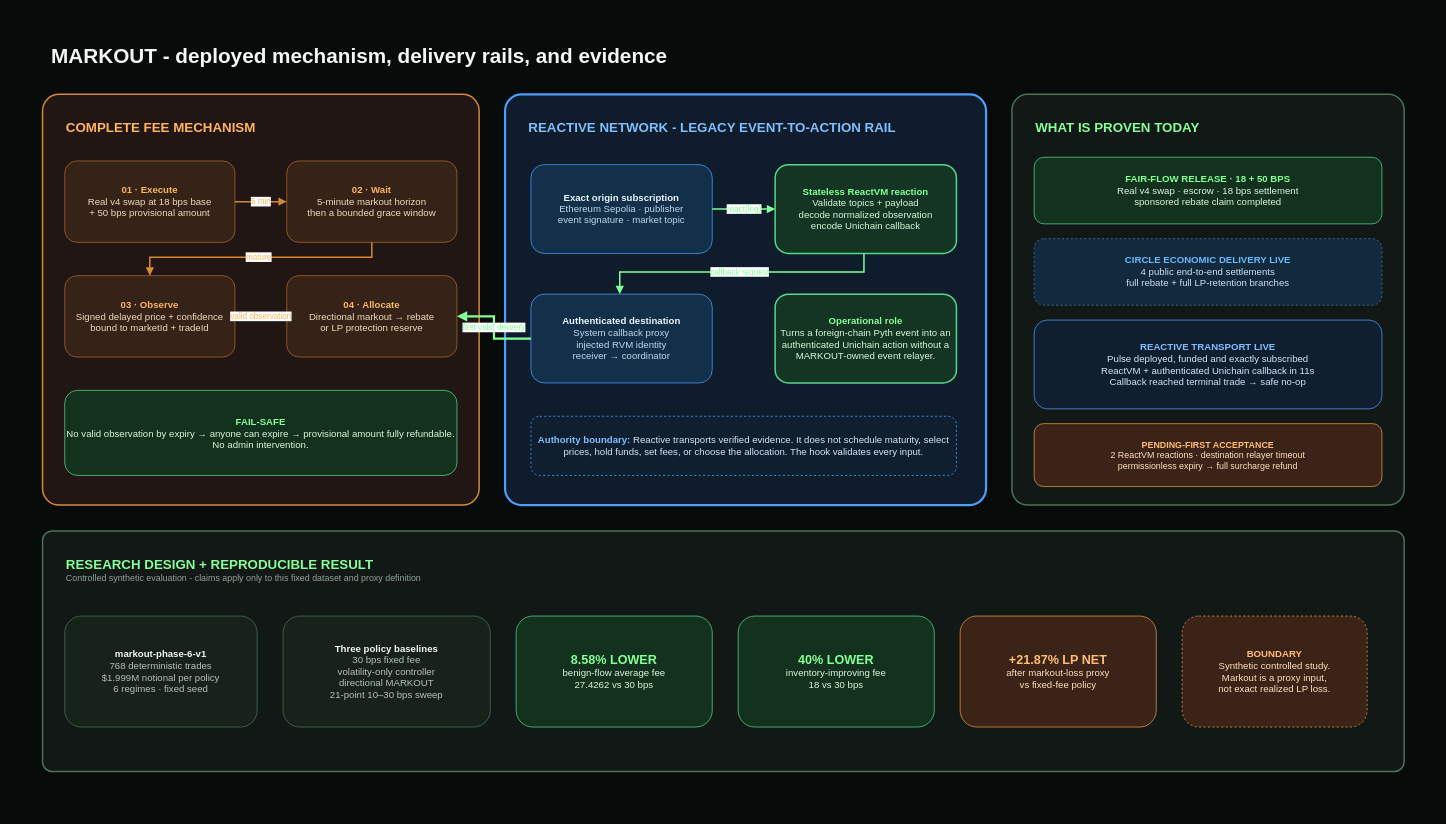
Before: page "02 Technical + Evidence" (2 of 2) of docs/diagrams/MARKOUT_ARCHITECTURE.drawio in RudraBhaskar9439/markout-hook, a draw.io diagram. Source tidied: cells renumbered, new cells numbered last; positions are measured from the earlier drawing's top-left corner, leaving out a move shared by most shapes. Both pictures are drawn from the tidied source at 74%, with x=0, y=0 at pixel (13, 13).
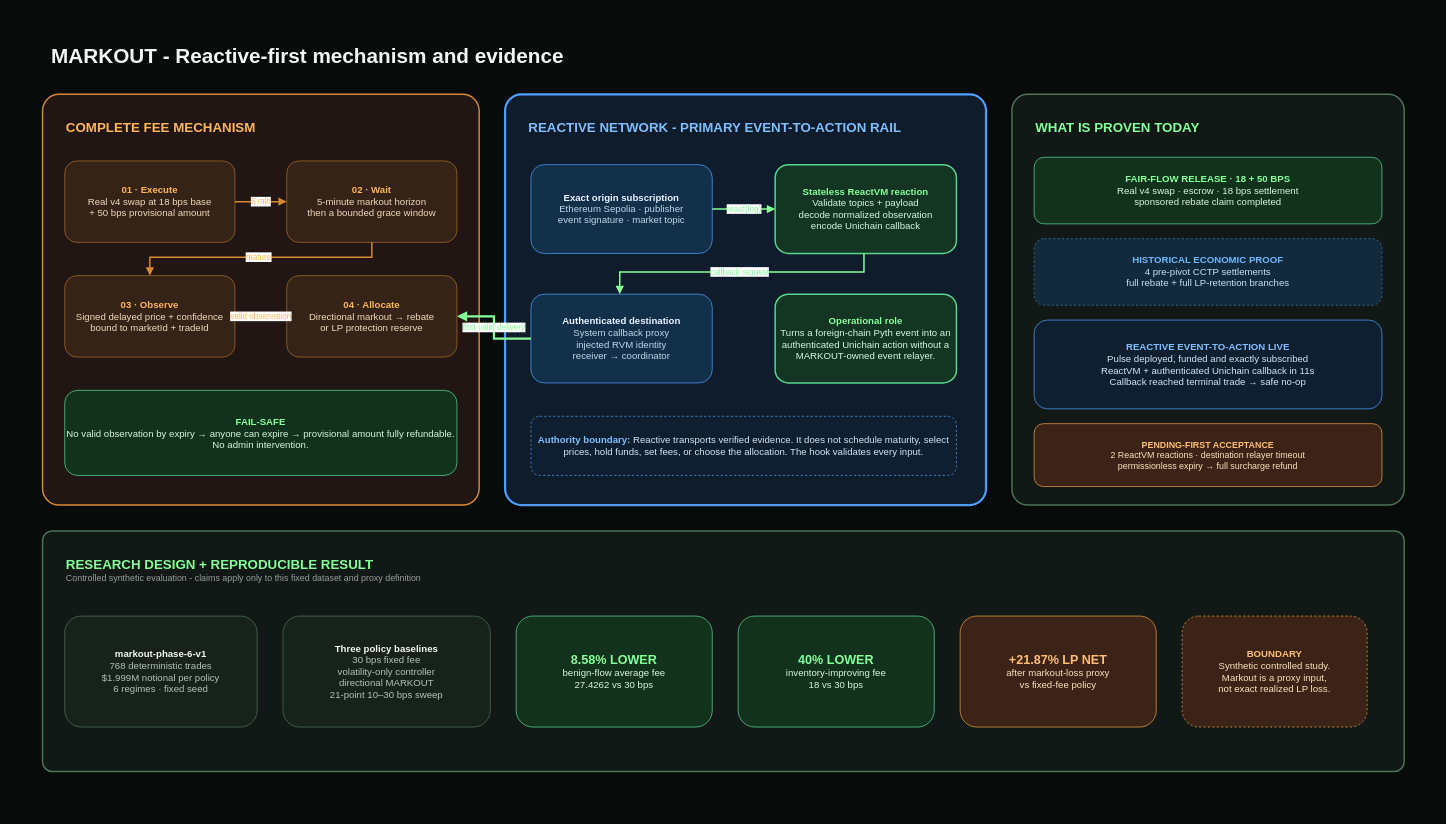
After the change.

The edit, as a diff of the source:
```diff
@@
-    <mxCell id="4" value="&lt;font color=&quot;#F3F7F4&quot; style=&quot;font-size: 28px;&quot;&gt;&lt;b&gt;MARKOUT - deployed mechanism, delivery rails, and evidence&lt;/b&gt;&lt;/font&gt;" style="text;html=1;align=left;verticalAlign=middle;whiteSpace=wrap;" parent="2" vertex="1">
+    <mxCell id="4" value="&lt;font color=&quot;#F3F7F4&quot; style=&quot;font-size: 28px;&quot;&gt;&lt;b&gt;MARKOUT - Reactive-first mechanism and evidence&lt;/b&gt;&lt;/font&gt;" style="text;html=1;align=left;verticalAlign=middle;whiteSpace=wrap;" parent="2" vertex="1">
       <mxGeometry x="50" y="30" width="1300" height="55" as="geometry" />
     </mxCell>
@@
-    <mxCell id="13" value="&lt;font color=&quot;#80BFFF&quot; style=&quot;font-size: 18px;&quot;&gt;&lt;b&gt;REACTIVE NETWORK - LEGACY EVENT-TO-ACTION RAIL&lt;/b&gt;&lt;/font&gt;" style="text;html=1;align=left;verticalAlign=middle;whiteSpace=wrap;" parent="2" vertex="1">
+    <mxCell id="13" value="&lt;font color=&quot;#80BFFF&quot; style=&quot;font-size: 18px;&quot;&gt;&lt;b&gt;REACTIVE NETWORK - PRIMARY EVENT-TO-ACTION RAIL&lt;/b&gt;&lt;/font&gt;" style="text;html=1;align=left;verticalAlign=middle;whiteSpace=wrap;" parent="2" vertex="1">
       <mxGeometry x="695" y="135" width="580" height="40" as="geometry" />
     </mxCell>
@@
-    <mxCell id="22" value="&lt;font color=&quot;#6CB8FF&quot;&gt;&lt;b&gt;CIRCLE ECONOMIC DELIVERY LIVE&lt;/b&gt;&lt;/font&gt;&lt;br&gt;&lt;font color=&quot;#C8E2F5&quot;&gt;4 public end-to-end settlements&lt;br&gt;full rebate + full LP-retention branches&lt;/font&gt;" style="rounded=1;whiteSpace=wrap;html=1;fillColor=#122A3C;strokeColor=#3B7BAD;dashed=1;fontSize=13;align=center;" parent="2" vertex="1">
+    <mxCell id="22" value="&lt;font color=&quot;#6CB8FF&quot;&gt;&lt;b&gt;HISTORICAL ECONOMIC PROOF&lt;/b&gt;&lt;/font&gt;&lt;br&gt;&lt;font color=&quot;#C8E2F5&quot;&gt;4 pre-pivot CCTP settlements&lt;br&gt;full rebate + full LP-retention branches&lt;/font&gt;" style="rounded=1;whiteSpace=wrap;html=1;fillColor=#122A3C;strokeColor=#3B7BAD;dashed=1;fontSize=13;align=center;" parent="2" vertex="1">
       <mxGeometry x="1380" y="305" width="470" height="90" as="geometry" />
     </mxCell>
-    <mxCell id="23" value="&lt;font color=&quot;#80BFFF&quot;&gt;&lt;b&gt;REACTIVE TRANSPORT LIVE&lt;/b&gt;&lt;/font&gt;&lt;br&gt;&lt;font color=&quot;#D1E6F7&quot;&gt;Pulse deployed, funded and exactly subscribed&lt;br&gt;ReactVM + authenticated Unichain callback in 11s&lt;br&gt;Callback reached terminal trade → safe no-op&lt;/font&gt;" style="rounded=1;whiteSpace=wrap;html=1;fillColor=#101F30;strokeColor=#4F9DFF;fontSize=13;align=center;" parent="2" vertex="1">
+    <mxCell id="23" value="&lt;font color=&quot;#80BFFF&quot;&gt;&lt;b&gt;REACTIVE EVENT-TO-ACTION LIVE&lt;/b&gt;&lt;/font&gt;&lt;br&gt;&lt;font color=&quot;#D1E6F7&quot;&gt;Pulse deployed, funded and exactly subscribed&lt;br&gt;ReactVM + authenticated Unichain callback in 11s&lt;br&gt;Callback reached terminal trade → safe no-op&lt;/font&gt;" style="rounded=1;whiteSpace=wrap;html=1;fillColor=#101F30;strokeColor=#4F9DFF;fontSize=13;align=center;" parent="2" vertex="1">
       <mxGeometry x="1380" y="415" width="470" height="120" as="geometry" />
     </mxCell>
```
